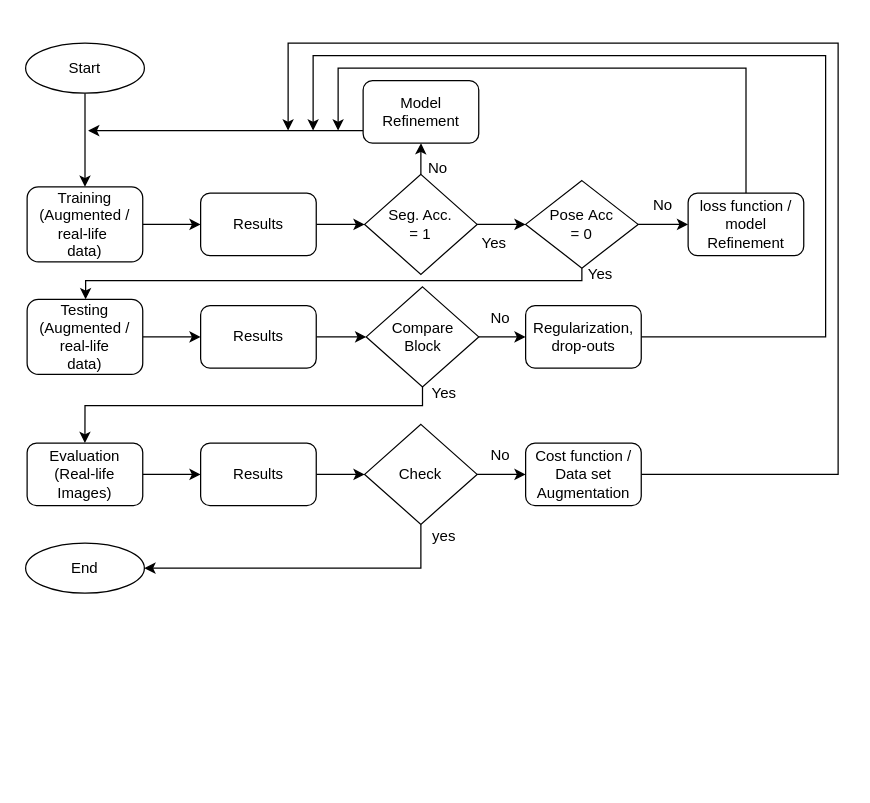
This is Flow_chart_Approach.drawio from aapowadi/CNN_Research, a draw.io file, before an edit. Source tidied: cells renumbered, new cells numbered last; positions are measured from the earlier drawing's top-left corner, leaving out a move shared by most shapes. Both pictures are drawn from the tidied source at 125%, with x=0, y=0 at pixel (25, 42).
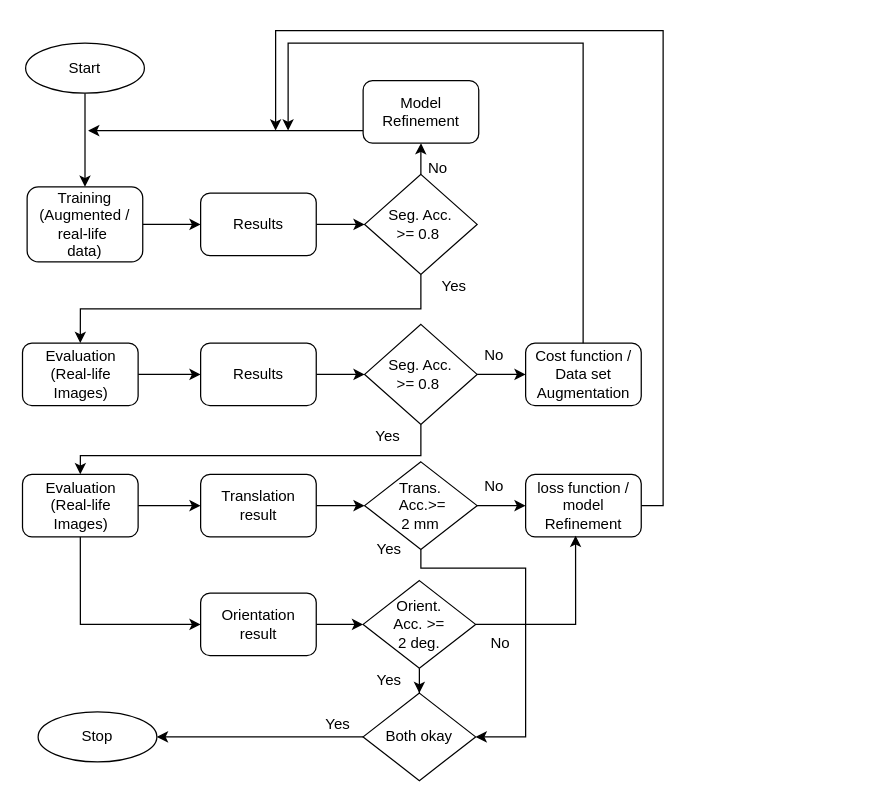
The same page after the edit.

The edit, as a diff of the source:
```diff
@@
-    <mxCell id="6" style="edgeStyle=orthogonalEdgeStyle;rounded=0;jettySize=auto;html=1;" parent="1" edge="1" source="7" target="27">
-      <mxGeometry relative="1" as="geometry" />
-    </mxCell>
-    <mxCell id="7" value="Testing&lt;br&gt;(Augmented / real-life&lt;br&gt;data)" style="rounded=1;whiteSpace=wrap;html=1;" parent="1" vertex="1">
-      <mxGeometry x="1.2" y="205" width="92.5" height="60" as="geometry" />
-    </mxCell>
@@
     <mxCell id="9" value="Evaluation&lt;br&gt;(Real-life&lt;br&gt;Images)" style="rounded=1;whiteSpace=wrap;html=1;" parent="1" vertex="1">
-      <mxGeometry x="1.2" y="320" width="92.5" height="50" as="geometry" />
+      <mxGeometry x="-2.5" y="240" width="92.5" height="50" as="geometry" />
     </mxCell>
-    <mxCell id="10" value="End" style="ellipse;whiteSpace=wrap;html=1;" parent="1" vertex="1">
-      <mxGeometry y="400" width="95" height="40" as="geometry" />
-    </mxCell>
@@
-    <mxCell id="13" style="edgeStyle=orthogonalEdgeStyle;rounded=0;jettySize=auto;html=1;" parent="1" edge="1" source="15" target="17">
-      <mxGeometry relative="1" as="geometry" />
-    </mxCell>
-    <mxCell id="14" style="edgeStyle=orthogonalEdgeStyle;rounded=0;jettySize=auto;html=1;" parent="1" edge="1" source="15" target="7">
-      <mxGeometry relative="1" as="geometry">
-        <Array as="points">
-          <mxPoint x="445" y="190" />
-          <mxPoint x="48" y="190" />
-        </Array>
-      </mxGeometry>
-    </mxCell>
-    <mxCell id="15" value="Pose&amp;nbsp;Acc&lt;br&gt;= 0" style="rhombus;whiteSpace=wrap;html=1;" parent="1" vertex="1">
-      <mxGeometry x="400" y="110" width="90" height="70" as="geometry" />
-    </mxCell>
-    <mxCell id="16" style="edgeStyle=orthogonalEdgeStyle;rounded=0;jettySize=auto;html=1;" parent="1" edge="1" source="17">
-      <mxGeometry relative="1" as="geometry">
-        <mxPoint x="250" y="70" as="targetPoint" />
-        <Array as="points">
-          <mxPoint x="576" y="20" />
-          <mxPoint x="250" y="20" />
-        </Array>
-      </mxGeometry>
-    </mxCell>
-    <mxCell id="17" value="loss function / model Refinement" style="rounded=1;whiteSpace=wrap;html=1;" parent="1" vertex="1">
-      <mxGeometry x="530" y="120" width="92.5" height="50" as="geometry" />
-    </mxCell>
-    <mxCell id="18" style="edgeStyle=orthogonalEdgeStyle;rounded=0;jettySize=auto;html=1;" parent="1" edge="1" source="20" target="15">
-      <mxGeometry relative="1" as="geometry" />
-    </mxCell>
@@
+    <mxCell id="45" style="edgeStyle=orthogonalEdgeStyle;rounded=0;jettySize=auto;html=1;exitX=0.5;exitY=1;exitDx=0;exitDy=0;entryX=0.5;entryY=0;entryDx=0;entryDy=0;" parent="1" edge="1" source="20" target="9">
+      <mxGeometry relative="1" as="geometry" />
+    </mxCell>
-    <mxCell id="20" value="Seg. Acc.&lt;br&gt;= 1" style="rhombus;whiteSpace=wrap;html=1;" parent="1" vertex="1">
+    <mxCell id="20" value="Seg. Acc.&lt;br&gt;&amp;gt;= 0.8&amp;nbsp;" style="rhombus;whiteSpace=wrap;html=1;" parent="1" vertex="1">
       <mxGeometry x="271.2" y="105" width="90" height="80" as="geometry" />
     </mxCell>
@@
-    <mxCell id="24" value="Yes" style="text;html=1;strokeColor=none;fillColor=none;align=center;verticalAlign=middle;whiteSpace=wrap;rounded=0;" parent="1" vertex="1">
-      <mxGeometry x="355" y="150" width="40" height="20" as="geometry" />
-    </mxCell>
-    <mxCell id="25" value="No" style="text;html=1;strokeColor=none;fillColor=none;align=center;verticalAlign=middle;whiteSpace=wrap;rounded=0;" parent="1" vertex="1">
-      <mxGeometry x="490" y="120" width="40" height="20" as="geometry" />
-    </mxCell>
-    <mxCell id="26" style="edgeStyle=orthogonalEdgeStyle;rounded=0;jettySize=auto;html=1;" parent="1" edge="1" source="27" target="32">
-      <mxGeometry relative="1" as="geometry" />
-    </mxCell>
-    <mxCell id="27" value="Results" style="rounded=1;whiteSpace=wrap;html=1;" parent="1" vertex="1">
-      <mxGeometry x="140" y="210" width="92.5" height="50" as="geometry" />
-    </mxCell>
@@
     <mxCell id="29" value="Results" style="rounded=1;whiteSpace=wrap;html=1;" parent="1" vertex="1">
-      <mxGeometry x="140" y="320" width="92.5" height="50" as="geometry" />
+      <mxGeometry x="140" y="240" width="92.5" height="50" as="geometry" />
     </mxCell>
-    <mxCell id="30" style="edgeStyle=orthogonalEdgeStyle;rounded=0;jettySize=auto;html=1;" parent="1" edge="1" source="32" target="34">
-      <mxGeometry relative="1" as="geometry" />
-    </mxCell>
-    <mxCell id="31" style="edgeStyle=orthogonalEdgeStyle;rounded=0;jettySize=auto;html=1;entryX=0.5;entryY=0;entryDx=0;entryDy=0;" parent="1" edge="1" source="32" target="9">
-      <mxGeometry relative="1" as="geometry">
-        <Array as="points">
-          <mxPoint x="318" y="290" />
-          <mxPoint x="48" y="290" />
-        </Array>
-      </mxGeometry>
-    </mxCell>
-    <mxCell id="32" value="Compare&lt;br&gt;Block" style="rhombus;whiteSpace=wrap;html=1;" parent="1" vertex="1">
-      <mxGeometry x="272.5" y="195" width="90" height="80" as="geometry" />
-    </mxCell>
-    <mxCell id="33" style="edgeStyle=orthogonalEdgeStyle;rounded=0;jettySize=auto;html=1;" parent="1" edge="1" source="34">
-      <mxGeometry relative="1" as="geometry">
-        <mxPoint x="230" y="70" as="targetPoint" />
-        <Array as="points">
-          <mxPoint x="640" y="235" />
-          <mxPoint x="640" y="10" />
-          <mxPoint x="230" y="10" />
-        </Array>
-      </mxGeometry>
-    </mxCell>
-    <mxCell id="34" value="Regularization,&lt;br&gt;drop-outs" style="rounded=1;whiteSpace=wrap;html=1;" parent="1" vertex="1">
-      <mxGeometry x="400" y="210" width="92.5" height="50" as="geometry" />
-    </mxCell>
-    <mxCell id="35" value="No" style="text;html=1;strokeColor=none;fillColor=none;align=center;verticalAlign=middle;whiteSpace=wrap;rounded=0;" parent="1" vertex="1">
-      <mxGeometry x="360" y="210" width="40" height="20" as="geometry" />
-    </mxCell>
@@
-    <mxCell id="37" style="edgeStyle=orthogonalEdgeStyle;rounded=0;jettySize=auto;html=1;entryX=1;entryY=0.5;entryDx=0;entryDy=0;" parent="1" edge="1" source="38" target="10">
-      <mxGeometry relative="1" as="geometry">
-        <Array as="points">
-          <mxPoint x="316" y="420" />
-        </Array>
-      </mxGeometry>
-    </mxCell>
+    <mxCell id="46" style="edgeStyle=orthogonalEdgeStyle;rounded=0;jettySize=auto;html=1;entryX=0.5;entryY=0;entryDx=0;entryDy=0;exitX=0.5;exitY=1;exitDx=0;exitDy=0;" parent="1" edge="1" source="38" target="49">
+      <mxGeometry relative="1" as="geometry">
+        <Array as="points">
+          <mxPoint x="316" y="330" />
+          <mxPoint x="44" y="330" />
+        </Array>
+      </mxGeometry>
+    </mxCell>
-    <mxCell id="38" value="Check" style="rhombus;whiteSpace=wrap;html=1;" parent="1" vertex="1">
-      <mxGeometry x="271.2" y="305" width="90" height="80" as="geometry" />
+    <mxCell id="38" value="Seg. Acc.&lt;br&gt;&amp;gt;= 0.8&amp;nbsp;" style="rhombus;whiteSpace=wrap;html=1;" parent="1" vertex="1">
+      <mxGeometry x="271.2" y="225" width="90" height="80" as="geometry" />
     </mxCell>
     <mxCell id="39" value="No" style="text;html=1;strokeColor=none;fillColor=none;align=center;verticalAlign=middle;whiteSpace=wrap;rounded=0;" parent="1" vertex="1">
-      <mxGeometry x="360" y="320" width="40" height="20" as="geometry" />
+      <mxGeometry x="355" y="240" width="40" height="20" as="geometry" />
     </mxCell>
-    <mxCell id="40" style="edgeStyle=orthogonalEdgeStyle;rounded=0;jettySize=auto;html=1;" parent="1" edge="1" source="41">
+    <mxCell id="40" style="edgeStyle=orthogonalEdgeStyle;rounded=0;jettySize=auto;html=1;exitX=1;exitY=0.5;exitDx=0;exitDy=0;" parent="1" edge="1" source="41">
       <mxGeometry relative="1" as="geometry">
         <mxPoint x="210" y="70" as="targetPoint" />
         <Array as="points">
-          <mxPoint x="650" y="345" />
-          <mxPoint x="650" />
+          <mxPoint x="446" y="265" />
+          <mxPoint x="446" />
           <mxPoint x="210" />
         </Array>
       </mxGeometry>
     </mxCell>
     <mxCell id="41" value="Cost function /&lt;br&gt;Data set Augmentation" style="rounded=1;whiteSpace=wrap;html=1;" parent="1" vertex="1">
-      <mxGeometry x="400" y="320" width="92.5" height="50" as="geometry" />
+      <mxGeometry x="400" y="240" width="92.5" height="50" as="geometry" />
     </mxCell>
-    <mxCell id="42" value="Yes" style="text;html=1;strokeColor=none;fillColor=none;align=center;verticalAlign=middle;whiteSpace=wrap;rounded=0;" parent="1" vertex="1">
-      <mxGeometry x="440" y="175" width="40" height="20" as="geometry" />
-    </mxCell>
     <mxCell id="43" value="Yes" style="text;html=1;strokeColor=none;fillColor=none;align=center;verticalAlign=middle;whiteSpace=wrap;rounded=0;" parent="1" vertex="1">
-      <mxGeometry x="315" y="270" width="40" height="20" as="geometry" />
+      <mxGeometry x="270" y="305" width="40" height="20" as="geometry" />
     </mxCell>
-    <mxCell id="44" value="yes" style="text;html=1;strokeColor=none;fillColor=none;align=center;verticalAlign=middle;whiteSpace=wrap;rounded=0;" parent="1" vertex="1">
-      <mxGeometry x="315" y="385" width="40" height="20" as="geometry" />
-    </mxCell>
+    <mxCell id="47" style="edgeStyle=orthogonalEdgeStyle;rounded=0;jettySize=auto;html=1;" parent="1" edge="1" source="49" target="51">
+      <mxGeometry relative="1" as="geometry" />
+    </mxCell>
+    <mxCell id="48" style="edgeStyle=orthogonalEdgeStyle;rounded=0;jettySize=auto;html=1;entryX=0;entryY=0.5;entryDx=0;entryDy=0;exitX=0.5;exitY=1;exitDx=0;exitDy=0;" parent="1" edge="1" source="49" target="63">
+      <mxGeometry relative="1" as="geometry" />
+    </mxCell>
+    <mxCell id="49" value="Evaluation&lt;br&gt;(Real-life&lt;br&gt;Images)" style="rounded=1;whiteSpace=wrap;html=1;" parent="1" vertex="1">
+      <mxGeometry x="-2.5" y="345" width="92.5" height="50" as="geometry" />
+    </mxCell>
+    <mxCell id="50" style="edgeStyle=orthogonalEdgeStyle;rounded=0;jettySize=auto;html=1;" parent="1" edge="1" source="51" target="54">
+      <mxGeometry relative="1" as="geometry" />
+    </mxCell>
+    <mxCell id="51" value="Translation result" style="rounded=1;whiteSpace=wrap;html=1;" parent="1" vertex="1">
+      <mxGeometry x="140" y="345" width="92.5" height="50" as="geometry" />
+    </mxCell>
+    <mxCell id="52" style="edgeStyle=orthogonalEdgeStyle;rounded=0;jettySize=auto;html=1;" parent="1" edge="1" source="54" target="17">
+      <mxGeometry relative="1" as="geometry" />
+    </mxCell>
+    <mxCell id="53" style="edgeStyle=orthogonalEdgeStyle;rounded=0;jettySize=auto;html=1;entryX=1;entryY=0.5;entryDx=0;entryDy=0;" parent="1" edge="1" source="54" target="68">
+      <mxGeometry relative="1" as="geometry">
+        <Array as="points">
+          <mxPoint x="316" y="420" />
+          <mxPoint x="400" y="420" />
+          <mxPoint x="400" y="555" />
+        </Array>
+      </mxGeometry>
+    </mxCell>
+    <mxCell id="54" value="Trans.&lt;br&gt;&amp;nbsp;Acc.&amp;gt;= &lt;br&gt;2 mm" style="rhombus;whiteSpace=wrap;html=1;" parent="1" vertex="1">
+      <mxGeometry x="271.2" y="335" width="90" height="70" as="geometry" />
+    </mxCell>
+    <mxCell id="55" style="edgeStyle=orthogonalEdgeStyle;rounded=0;jettySize=auto;html=1;" parent="1" edge="1" source="17">
+      <mxGeometry relative="1" as="geometry">
+        <mxPoint x="200" y="70" as="targetPoint" />
+        <Array as="points">
+          <mxPoint x="510" y="370" />
+          <mxPoint x="510" y="-10" />
+          <mxPoint x="200" y="-10" />
+        </Array>
+      </mxGeometry>
+    </mxCell>
+    <mxCell id="17" value="loss function / model Refinement" style="rounded=1;whiteSpace=wrap;html=1;" parent="1" vertex="1">
+      <mxGeometry x="400" y="345" width="92.5" height="50" as="geometry" />
+    </mxCell>
+    <mxCell id="56" value="Yes" style="text;html=1;strokeColor=none;fillColor=none;align=center;verticalAlign=middle;whiteSpace=wrap;rounded=0;" parent="1" vertex="1">
+      <mxGeometry x="322.5" y="185" width="40" height="20" as="geometry" />
+    </mxCell>
+    <mxCell id="57" value="No" style="text;html=1;strokeColor=none;fillColor=none;align=center;verticalAlign=middle;whiteSpace=wrap;rounded=0;" parent="1" vertex="1">
+      <mxGeometry x="355" y="345" width="40" height="20" as="geometry" />
+    </mxCell>
+    <mxCell id="58" style="edgeStyle=orthogonalEdgeStyle;rounded=0;jettySize=auto;html=1;entryX=0.432;entryY=0.98;entryDx=0;entryDy=0;entryPerimeter=0;" parent="1" edge="1" source="60" target="17">
+      <mxGeometry relative="1" as="geometry" />
+    </mxCell>
+    <mxCell id="59" style="edgeStyle=orthogonalEdgeStyle;rounded=0;jettySize=auto;html=1;" parent="1" edge="1" source="60" target="68">
+      <mxGeometry relative="1" as="geometry" />
+    </mxCell>
+    <mxCell id="60" value="Orient.&lt;br&gt;Acc. &amp;gt;= &lt;br&gt;2 deg." style="rhombus;whiteSpace=wrap;html=1;" parent="1" vertex="1">
+      <mxGeometry x="270" y="430" width="90" height="70" as="geometry" />
+    </mxCell>
+    <mxCell id="61" value="No" style="text;html=1;strokeColor=none;fillColor=none;align=center;verticalAlign=middle;whiteSpace=wrap;rounded=0;" parent="1" vertex="1">
+      <mxGeometry x="360" y="470" width="40" height="20" as="geometry" />
+    </mxCell>
+    <mxCell id="62" style="edgeStyle=orthogonalEdgeStyle;rounded=0;jettySize=auto;html=1;" parent="1" edge="1" source="63" target="60">
+      <mxGeometry relative="1" as="geometry" />
+    </mxCell>
+    <mxCell id="63" value="Orientation result" style="rounded=1;whiteSpace=wrap;html=1;" parent="1" vertex="1">
+      <mxGeometry x="140" y="440" width="92.5" height="50" as="geometry" />
+    </mxCell>
+    <mxCell id="64" value="Stop" style="ellipse;whiteSpace=wrap;html=1;" parent="1" vertex="1">
+      <mxGeometry x="10" y="535" width="95" height="40" as="geometry" />
+    </mxCell>
+    <mxCell id="65" value="Yes" style="text;html=1;strokeColor=none;fillColor=none;align=center;verticalAlign=middle;whiteSpace=wrap;rounded=0;" parent="1" vertex="1">
+      <mxGeometry x="271.2" y="395" width="40" height="20" as="geometry" />
+    </mxCell>
+    <mxCell id="66" value="Yes" style="text;html=1;strokeColor=none;fillColor=none;align=center;verticalAlign=middle;whiteSpace=wrap;rounded=0;" parent="1" vertex="1">
+      <mxGeometry x="271.2" y="500" width="40" height="20" as="geometry" />
+    </mxCell>
+    <mxCell id="67" style="edgeStyle=orthogonalEdgeStyle;rounded=0;jettySize=auto;html=1;entryX=1;entryY=0.5;entryDx=0;entryDy=0;" parent="1" edge="1" source="68" target="64">
+      <mxGeometry relative="1" as="geometry" />
+    </mxCell>
+    <mxCell id="68" value="Both okay" style="rhombus;whiteSpace=wrap;html=1;" parent="1" vertex="1">
+      <mxGeometry x="270" y="520" width="90" height="70" as="geometry" />
+    </mxCell>
+    <mxCell id="69" value="Yes" style="text;html=1;strokeColor=none;fillColor=none;align=center;verticalAlign=middle;whiteSpace=wrap;rounded=0;" parent="1" vertex="1">
+      <mxGeometry x="230" y="535" width="40" height="20" as="geometry" />
+    </mxCell>
```
